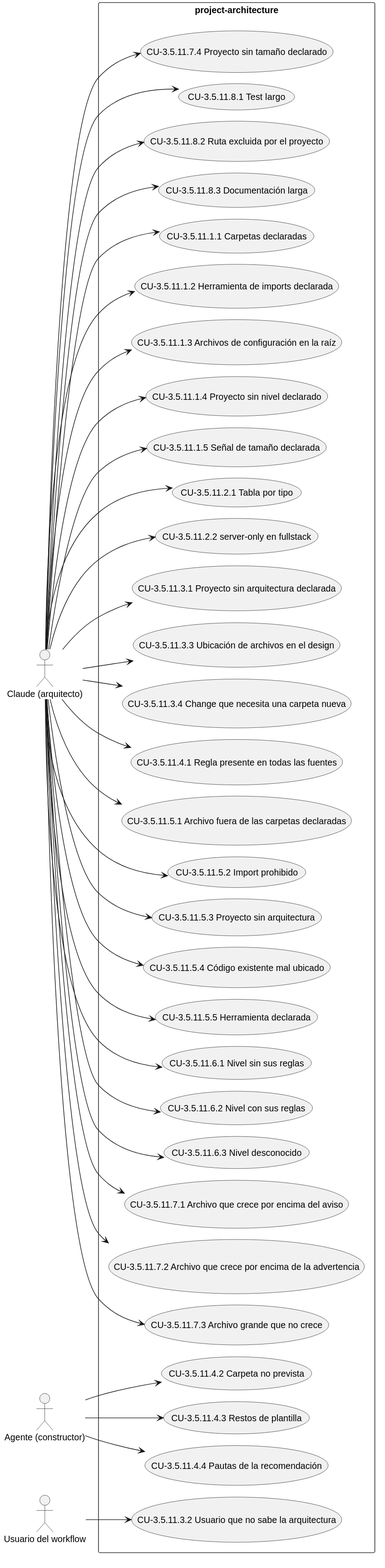
Lautaro-Montecchiani/sdd-global-config keeps this PlantUML diagram as docs/diagramas/CAP-3.5.11.svg. Above is the earlier version. The source it was exported from:
```plantuml
@startuml
!pragma layout smetana
left to right direction
actor "Claude (arquitecto)" as A1
actor "Agente (constructor)" as A2
actor "Usuario del workflow" as A3
rectangle "project-architecture" {
  usecase "CU-3.5.11.1.1 Carpetas declaradas" as UC_3_5_11_1_1
  usecase "CU-3.5.11.1.2 Herramienta de imports declarada" as UC_3_5_11_1_2
  usecase "CU-3.5.11.1.3 Archivos de configuración en la raíz" as UC_3_5_11_1_3
  usecase "CU-3.5.11.1.4 Proyecto sin nivel declarado" as UC_3_5_11_1_4
  usecase "CU-3.5.11.1.5 Señal de tamaño declarada" as UC_3_5_11_1_5
  usecase "CU-3.5.11.2.1 Tabla por tipo" as UC_3_5_11_2_1
  usecase "CU-3.5.11.2.2 server-only en fullstack" as UC_3_5_11_2_2
  usecase "CU-3.5.11.3.1 Proyecto sin arquitectura declarada" as UC_3_5_11_3_1
  usecase "CU-3.5.11.3.2 Usuario que no sabe la arquitectura" as UC_3_5_11_3_2
  usecase "CU-3.5.11.3.3 Ubicación de archivos en el design" as UC_3_5_11_3_3
  usecase "CU-3.5.11.3.4 Change que necesita una carpeta nueva" as UC_3_5_11_3_4
  usecase "CU-3.5.11.4.1 Regla presente en todas las fuentes" as UC_3_5_11_4_1
  usecase "CU-3.5.11.4.2 Carpeta no prevista" as UC_3_5_11_4_2
  usecase "CU-3.5.11.4.3 Restos de plantilla" as UC_3_5_11_4_3
  usecase "CU-3.5.11.4.4 Pautas de la recomendación" as UC_3_5_11_4_4
  usecase "CU-3.5.11.5.1 Archivo fuera de las carpetas declaradas" as UC_3_5_11_5_1
  usecase "CU-3.5.11.5.2 Import prohibido" as UC_3_5_11_5_2
  usecase "CU-3.5.11.5.3 Proyecto sin arquitectura" as UC_3_5_11_5_3
  usecase "CU-3.5.11.5.4 Código existente mal ubicado" as UC_3_5_11_5_4
  usecase "CU-3.5.11.5.5 Herramienta declarada" as UC_3_5_11_5_5
  usecase "CU-3.5.11.6.1 Nivel sin sus reglas" as UC_3_5_11_6_1
  usecase "CU-3.5.11.6.2 Nivel con sus reglas" as UC_3_5_11_6_2
  usecase "CU-3.5.11.6.3 Nivel desconocido" as UC_3_5_11_6_3
  usecase "CU-3.5.11.7.1 Archivo que crece por encima del aviso" as UC_3_5_11_7_1
  usecase "CU-3.5.11.7.2 Archivo que crece por encima de la advertencia" as UC_3_5_11_7_2
  usecase "CU-3.5.11.7.3 Archivo grande que no crece" as UC_3_5_11_7_3
  usecase "CU-3.5.11.7.4 Proyecto sin tamaño declarado" as UC_3_5_11_7_4
  usecase "CU-3.5.11.8.1 Test largo" as UC_3_5_11_8_1
  usecase "CU-3.5.11.8.2 Ruta excluida por el proyecto" as UC_3_5_11_8_2
  usecase "CU-3.5.11.8.3 Documentación larga" as UC_3_5_11_8_3
}
A1 --> UC_3_5_11_1_1
A1 --> UC_3_5_11_1_2
A1 --> UC_3_5_11_1_3
A1 --> UC_3_5_11_1_4
A1 --> UC_3_5_11_1_5
A1 --> UC_3_5_11_2_1
A1 --> UC_3_5_11_2_2
A1 --> UC_3_5_11_3_1
A3 --> UC_3_5_11_3_2
A1 --> UC_3_5_11_3_3
A1 --> UC_3_5_11_3_4
A1 --> UC_3_5_11_4_1
A2 --> UC_3_5_11_4_2
A2 --> UC_3_5_11_4_3
A2 --> UC_3_5_11_4_4
A1 --> UC_3_5_11_5_1
A1 --> UC_3_5_11_5_2
A1 --> UC_3_5_11_5_3
A1 --> UC_3_5_11_5_4
A1 --> UC_3_5_11_5_5
A1 --> UC_3_5_11_6_1
A1 --> UC_3_5_11_6_2
A1 --> UC_3_5_11_6_3
A1 --> UC_3_5_11_7_1
A1 --> UC_3_5_11_7_2
A1 --> UC_3_5_11_7_3
A1 --> UC_3_5_11_7_4
A1 --> UC_3_5_11_8_1
A1 --> UC_3_5_11_8_2
A1 --> UC_3_5_11_8_3
@enduml
```
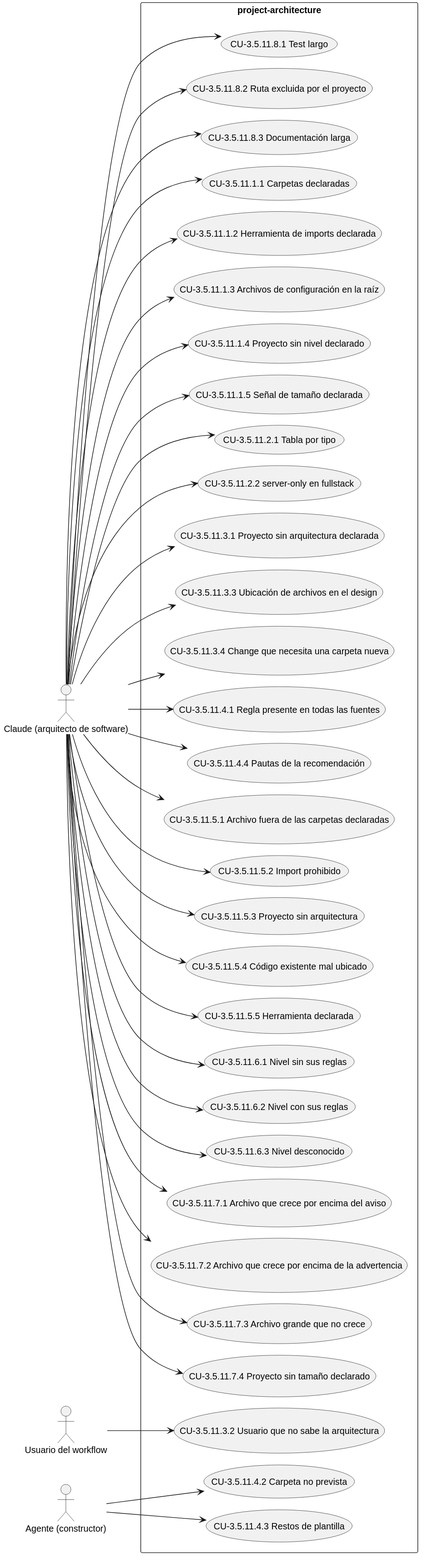
Later version of the same file.

The edit, as a diff of the source:
```diff
@@ -1,9 +1,9 @@
 @startuml
 !pragma layout smetana
 left to right direction
-actor "Claude (arquitecto)" as A1
-actor "Agente (constructor)" as A2
-actor "Usuario del workflow" as A3
+actor "Claude (arquitecto de software)" as A1
+actor "Usuario del workflow" as A2
+actor "Agente (constructor)" as A3
 rectangle "project-architecture" {
   usecase "CU-3.5.11.1.1 Carpetas declaradas" as UC_3_5_11_1_1
   usecase "CU-3.5.11.1.2 Herramienta de imports declarada" as UC_3_5_11_1_2
@@ -44,13 +44,13 @@
 A1 --> UC_3_5_11_2_1
 A1 --> UC_3_5_11_2_2
 A1 --> UC_3_5_11_3_1
-A3 --> UC_3_5_11_3_2
+A2 --> UC_3_5_11_3_2
 A1 --> UC_3_5_11_3_3
 A1 --> UC_3_5_11_3_4
 A1 --> UC_3_5_11_4_1
-A2 --> UC_3_5_11_4_2
-A2 --> UC_3_5_11_4_3
-A2 --> UC_3_5_11_4_4
+A3 --> UC_3_5_11_4_2
+A3 --> UC_3_5_11_4_3
+A1 --> UC_3_5_11_4_4
 A1 --> UC_3_5_11_5_1
 A1 --> UC_3_5_11_5_2
 A1 --> UC_3_5_11_5_3
```
